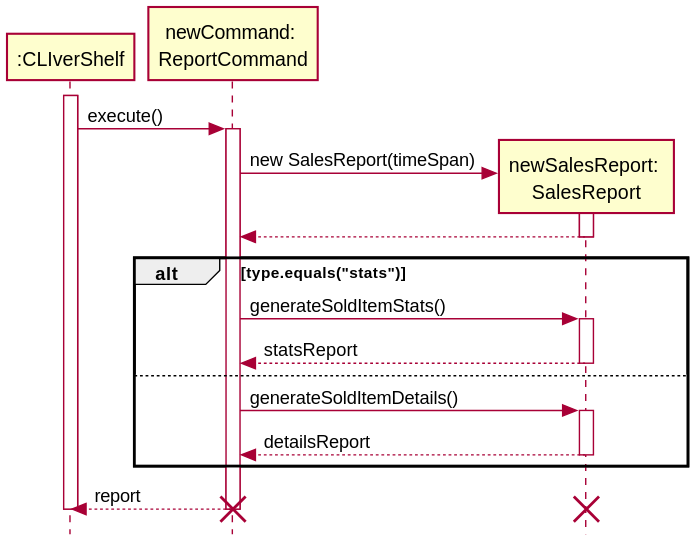
This is docs/diagrams/Implementation_GenerateReports.svg from zh1huang/tp, a PlantUML export, as it was before one commit.
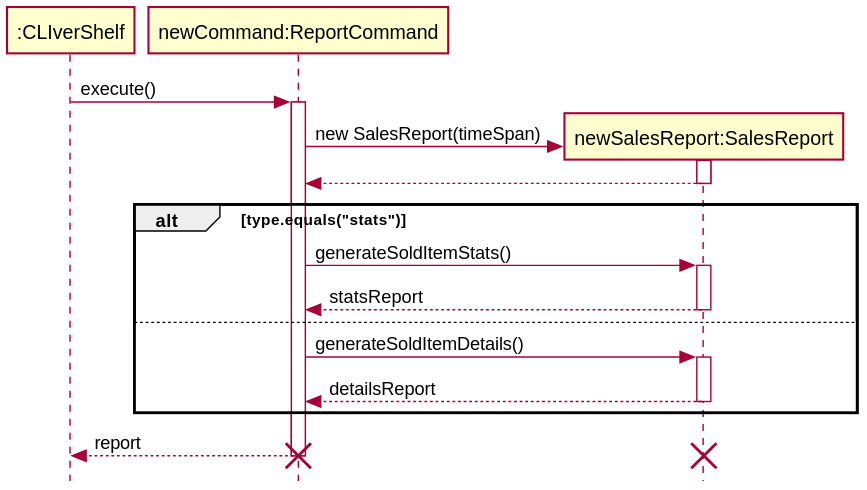
Later version of the same file.

The edit, as a diff of the source:
```diff
@@ -3,11 +3,8 @@
 
 participant ":CLIverShelf" as Main
 
-participant "newCommand: \nReportCommand" as Command
-participant "newSalesReport: \nSalesReport" as SalesReport
-
-activate Main
-
+participant "newCommand:ReportCommand" as Command
+participant "newSalesReport:SalesReport" as SalesReport
 
 Main -> Command: execute()
 activate Command
@@ -28,7 +25,6 @@
 end
 Command --> Main: report
 deactivate Command
-deactivate Main
 destroy SalesReport
 destroy Command
 
```
